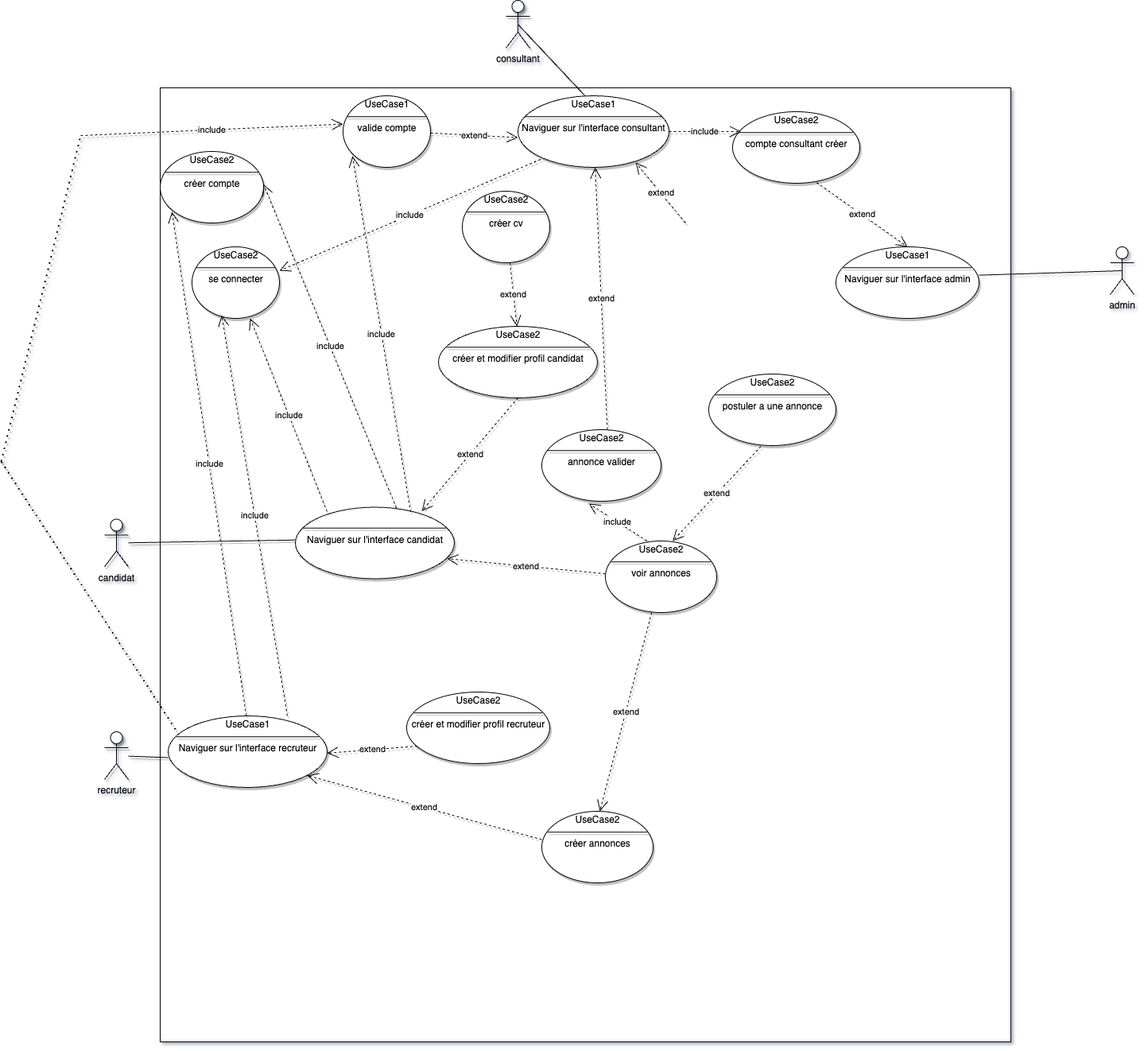
Above: Documentation/use Case.png in NOA-FASHION/Trtconseil (draw.io), before the change. Source tidied: cells renumbered, new cells last; positions are measured from the earlier drawing's top-left corner, leaving out a move shared by most shapes.
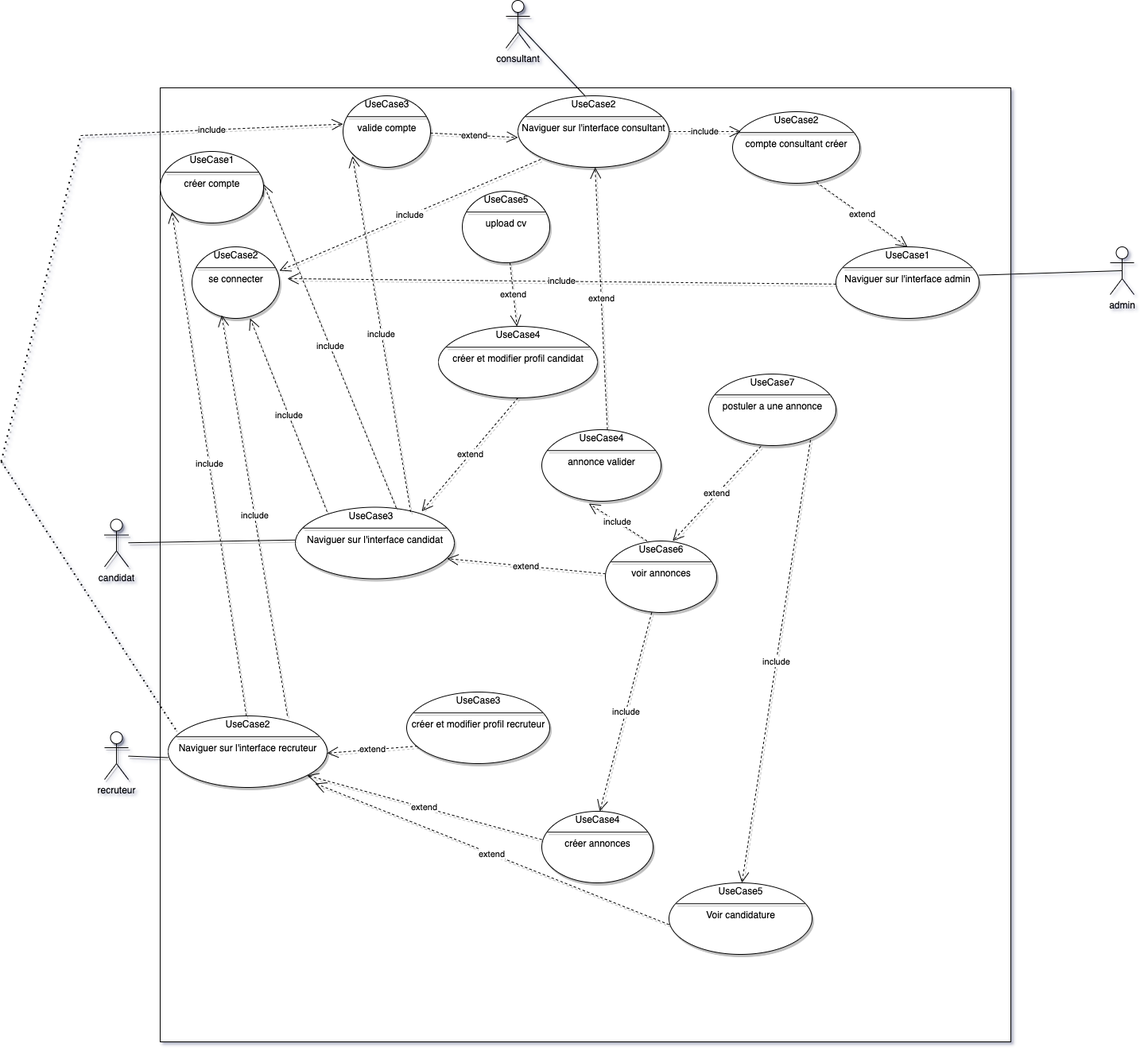
The same file after the commit.

Diff of the diagram source:
```diff
@@ -29,13 +29,16 @@
     <mxCell id="10" value="Naviguer sur l'interface candidat" style="text;html=1;align=center;verticalAlign=middle;shadow=1;" parent="8" vertex="1">
       <mxGeometry y="30" width="200" height="22.5" as="geometry" />
     </mxCell>
+    <mxCell id="92" value="UseCase3" style="html=1;strokeColor=none;fillColor=none;align=center;verticalAlign=middle;shadow=1;" parent="8" vertex="1">
+      <mxGeometry x="40" width="110" height="22.5" as="geometry" />
+    </mxCell>
     <mxCell id="11" value="include" style="endArrow=open;endSize=12;dashed=1;html=1;rounded=0;entryX=0.34;entryY=0.956;entryDx=0;entryDy=0;entryPerimeter=0;exitX=0.75;exitY=0;exitDx=0;exitDy=0;shadow=1;" parent="1" edge="1" source="29" target="4">
       <mxGeometry relative="1" as="geometry" />
     </mxCell>
     <mxCell id="12" style="shape=ellipse;horizontal=1;html=1;dashed=0;shadow=1;" parent="1" vertex="1">
       <mxGeometry x="550" y="410" width="200" height="90" as="geometry" />
     </mxCell>
-    <mxCell id="13" value="UseCase2" style="html=1;strokeColor=none;fillColor=none;align=center;verticalAlign=middle;shadow=1;" parent="12" vertex="1">
+    <mxCell id="13" value="UseCase4" style="html=1;strokeColor=none;fillColor=none;align=center;verticalAlign=middle;shadow=1;" parent="12" vertex="1">
       <mxGeometry width="200" height="22.5" as="geometry" />
     </mxCell>
     <mxCell id="14" style="line;strokeWidth=1;fillColor=none;labelPosition=right;dashed=0;shadow=1;" parent="12" vertex="1">
@@ -50,7 +53,7 @@
     <mxCell id="17" style="shape=ellipse;horizontal=1;html=1;dashed=0;shadow=1;" parent="1" vertex="1">
       <mxGeometry x="890" y="470" width="160" height="90" as="geometry" />
     </mxCell>
-    <mxCell id="18" value="UseCase2" style="html=1;strokeColor=none;fillColor=none;align=center;verticalAlign=middle;shadow=1;" parent="17" vertex="1">
+    <mxCell id="18" value="UseCase7" style="html=1;strokeColor=none;fillColor=none;align=center;verticalAlign=middle;shadow=1;" parent="17" vertex="1">
       <mxGeometry width="160" height="22.5" as="geometry" />
     </mxCell>
     <mxCell id="19" style="line;strokeWidth=1;fillColor=none;labelPosition=right;dashed=0;shadow=1;" parent="17" vertex="1">
@@ -65,7 +68,7 @@
     <mxCell id="22" style="shape=ellipse;horizontal=1;html=1;dashed=0;shadow=1;" parent="1" vertex="1">
       <mxGeometry x="760" y="680" width="140" height="90" as="geometry" />
     </mxCell>
-    <mxCell id="23" value="UseCase2" style="html=1;strokeColor=none;fillColor=none;align=center;verticalAlign=middle;shadow=1;" parent="22" vertex="1">
+    <mxCell id="23" value="UseCase6" style="html=1;strokeColor=none;fillColor=none;align=center;verticalAlign=middle;shadow=1;" parent="22" vertex="1">
       <mxGeometry width="140" height="22.5" as="geometry" />
     </mxCell>
     <mxCell id="24" style="line;strokeWidth=1;fillColor=none;labelPosition=right;dashed=0;shadow=1;" parent="22" vertex="1">
@@ -83,7 +86,7 @@
     <mxCell id="28" style="shape=ellipse;horizontal=1;html=1;dashed=0;shadow=1;" parent="1" vertex="1">
       <mxGeometry x="210" y="900" width="200" height="90" as="geometry" />
     </mxCell>
-    <mxCell id="29" value="UseCase1" style="html=1;strokeColor=none;fillColor=none;align=center;verticalAlign=middle;shadow=1;" parent="28" vertex="1">
+    <mxCell id="29" value="UseCase2" style="html=1;strokeColor=none;fillColor=none;align=center;verticalAlign=middle;shadow=1;" parent="28" vertex="1">
       <mxGeometry width="200" height="22.5" as="geometry" />
     </mxCell>
     <mxCell id="30" style="line;strokeWidth=1;fillColor=none;labelPosition=right;dashed=0;shadow=1;" parent="28" vertex="1">
@@ -109,13 +112,13 @@
     <mxCell id="36" style="shape=ellipse;horizontal=1;html=1;dashed=0;shadow=1;" parent="1" vertex="1">
       <mxGeometry x="580" y="240" width="110" height="90" as="geometry" />
     </mxCell>
-    <mxCell id="37" value="UseCase2" style="html=1;strokeColor=none;fillColor=none;align=center;verticalAlign=middle;shadow=1;" parent="36" vertex="1">
+    <mxCell id="37" value="UseCase5" style="html=1;strokeColor=none;fillColor=none;align=center;verticalAlign=middle;shadow=1;" parent="36" vertex="1">
       <mxGeometry width="110" height="22.5" as="geometry" />
     </mxCell>
     <mxCell id="38" style="line;strokeWidth=1;fillColor=none;labelPosition=right;dashed=0;shadow=1;" parent="36" vertex="1">
       <mxGeometry x="5.5" y="22.5" width="99" height="7.5" as="geometry" />
     </mxCell>
-    <mxCell id="39" value="créer cv" style="text;html=1;align=center;verticalAlign=middle;shadow=1;" parent="36" vertex="1">
+    <mxCell id="39" value="upload cv" style="text;html=1;align=center;verticalAlign=middle;shadow=1;" parent="36" vertex="1">
       <mxGeometry y="30" width="110" height="22.5" as="geometry" />
     </mxCell>
     <mxCell id="40" value="extend" style="endArrow=open;endSize=12;dashed=1;html=1;rounded=0;shadow=1;" parent="1" edge="1" source="36" target="13">
@@ -124,7 +127,7 @@
     <mxCell id="41" style="shape=ellipse;horizontal=1;html=1;dashed=0;shadow=1;" parent="1" vertex="1">
       <mxGeometry x="510" y="870" width="180" height="90" as="geometry" />
     </mxCell>
-    <mxCell id="42" value="UseCase2" style="html=1;strokeColor=none;fillColor=none;align=center;verticalAlign=middle;shadow=1;" parent="41" vertex="1">
+    <mxCell id="42" value="UseCase3" style="html=1;strokeColor=none;fillColor=none;align=center;verticalAlign=middle;shadow=1;" parent="41" vertex="1">
       <mxGeometry width="180" height="22.5" as="geometry" />
     </mxCell>
     <mxCell id="43" style="line;strokeWidth=1;fillColor=none;labelPosition=right;dashed=0;shadow=1;" parent="41" vertex="1">
@@ -139,7 +142,7 @@
     <mxCell id="46" style="shape=ellipse;horizontal=1;html=1;dashed=0;shadow=1;" parent="1" vertex="1">
       <mxGeometry x="680" y="1020" width="140" height="90" as="geometry" />
     </mxCell>
-    <mxCell id="47" value="UseCase2" style="html=1;strokeColor=none;fillColor=none;align=center;verticalAlign=middle;shadow=1;" parent="46" vertex="1">
+    <mxCell id="47" value="UseCase4" style="html=1;strokeColor=none;fillColor=none;align=center;verticalAlign=middle;shadow=1;" parent="46" vertex="1">
       <mxGeometry width="140" height="22.5" as="geometry" />
     </mxCell>
     <mxCell id="48" style="line;strokeWidth=1;fillColor=none;labelPosition=right;dashed=0;shadow=1;" parent="46" vertex="1">
@@ -151,13 +154,13 @@
     <mxCell id="50" value="extend" style="endArrow=open;endSize=12;dashed=1;html=1;rounded=0;entryX=0.875;entryY=0.833;entryDx=0;entryDy=0;entryPerimeter=0;exitX=0;exitY=0.25;exitDx=0;exitDy=0;shadow=1;" parent="1" edge="1" source="49" target="28">
       <mxGeometry relative="1" as="geometry" />
     </mxCell>
-    <mxCell id="51" value="extend" style="endArrow=open;endSize=12;dashed=1;html=1;rounded=0;shadow=1;" parent="1" edge="1" source="22" target="47">
+    <mxCell id="51" value="include" style="endArrow=open;endSize=12;dashed=1;html=1;rounded=0;shadow=1;" parent="1" edge="1" source="22" target="47">
       <mxGeometry relative="1" as="geometry" />
     </mxCell>
     <mxCell id="52" style="shape=ellipse;horizontal=1;html=1;dashed=0;shadow=1;" parent="1" vertex="1">
       <mxGeometry x="200" y="190" width="130" height="90" as="geometry" />
     </mxCell>
-    <mxCell id="53" value="UseCase2" style="html=1;strokeColor=none;fillColor=none;align=center;verticalAlign=middle;shadow=1;" parent="52" vertex="1">
+    <mxCell id="53" value="UseCase1" style="html=1;strokeColor=none;fillColor=none;align=center;verticalAlign=middle;shadow=1;" parent="52" vertex="1">
       <mxGeometry width="130" height="22.5" as="geometry" />
     </mxCell>
     <mxCell id="54" style="line;strokeWidth=1;fillColor=none;labelPosition=right;dashed=0;shadow=1;" parent="52" vertex="1">
@@ -175,7 +178,7 @@
     <mxCell id="58" style="shape=ellipse;horizontal=1;html=1;dashed=0;shadow=1;" parent="1" vertex="1">
       <mxGeometry x="650" y="120" width="190" height="90" as="geometry" />
     </mxCell>
-    <mxCell id="59" value="UseCase1" style="html=1;strokeColor=none;fillColor=none;align=center;verticalAlign=middle;shadow=1;" parent="58" vertex="1">
+    <mxCell id="59" value="UseCase2" style="html=1;strokeColor=none;fillColor=none;align=center;verticalAlign=middle;shadow=1;" parent="58" vertex="1">
       <mxGeometry width="190" height="22.5" as="geometry" />
     </mxCell>
     <mxCell id="60" style="line;strokeWidth=1;fillColor=none;labelPosition=right;dashed=0;shadow=1;" parent="58" vertex="1">
@@ -187,7 +190,7 @@
     <mxCell id="62" style="shape=ellipse;horizontal=1;html=1;dashed=0;shadow=1;" parent="1" vertex="1">
       <mxGeometry x="430" y="120" width="110" height="90" as="geometry" />
     </mxCell>
-    <mxCell id="63" value="UseCase1" style="html=1;strokeColor=none;fillColor=none;align=center;verticalAlign=middle;shadow=1;" parent="62" vertex="1">
+    <mxCell id="63" value="UseCase3" style="html=1;strokeColor=none;fillColor=none;align=center;verticalAlign=middle;shadow=1;" parent="62" vertex="1">
       <mxGeometry width="110" height="22.5" as="geometry" />
     </mxCell>
     <mxCell id="64" style="line;strokeWidth=1;fillColor=none;labelPosition=right;dashed=0;shadow=1;" parent="62" vertex="1">
@@ -202,11 +205,6 @@
     <mxCell id="67" value="extend" style="endArrow=open;endSize=12;dashed=1;html=1;rounded=0;entryX=0;entryY=1;entryDx=0;entryDy=0;exitX=1;exitY=0.75;exitDx=0;exitDy=0;shadow=1;" parent="1" edge="1" source="65" target="61">
       <mxGeometry relative="1" as="geometry" />
     </mxCell>
-    <mxCell id="68" value="extend" style="endArrow=open;endSize=12;dashed=1;html=1;rounded=0;entryX=0.78;entryY=0.933;entryDx=0;entryDy=0;entryPerimeter=0;shadow=1;" parent="1" edge="1" target="58">
-      <mxGeometry relative="1" as="geometry">
-        <mxPoint x="860.7" y="280" as="sourcePoint" />
-      </mxGeometry>
-    </mxCell>
     <mxCell id="69" style="endArrow=none;dashed=1;html=1;dashPattern=1 3;strokeWidth=2;rounded=0;entryX=0.06;entryY=0.933;entryDx=0;entryDy=0;entryPerimeter=0;shadow=1;" parent="1" edge="1" target="29">
       <mxGeometry relative="1" as="geometry">
         <mxPoint y="580" as="sourcePoint" />
@@ -263,7 +261,7 @@
     <mxCell id="85" style="shape=ellipse;horizontal=1;html=1;dashed=0;shadow=1;" parent="1" vertex="1">
       <mxGeometry x="680" y="540" width="150" height="90" as="geometry" />
     </mxCell>
-    <mxCell id="86" value="UseCase2" style="html=1;strokeColor=none;fillColor=none;align=center;verticalAlign=middle;shadow=1;" parent="85" vertex="1">
+    <mxCell id="86" value="UseCase4" style="html=1;strokeColor=none;fillColor=none;align=center;verticalAlign=middle;shadow=1;" parent="85" vertex="1">
       <mxGeometry width="150" height="22.5" as="geometry" />
     </mxCell>
     <mxCell id="87" style="line;strokeWidth=1;fillColor=none;labelPosition=right;dashed=0;shadow=1;" parent="85" vertex="1">
@@ -283,5 +281,30 @@
     <mxCell id="91" value="include" style="endArrow=open;endSize=12;dashed=1;html=1;rounded=0;exitX=0.635;exitY=0.011;exitDx=0;exitDy=0;exitPerimeter=0;entryX=1;entryY=0.5;entryDx=0;entryDy=0;shadow=1;" parent="1" edge="1" source="8" target="55">
       <mxGeometry relative="1" as="geometry" />
     </mxCell>
+    <mxCell id="93" value="include" style="endArrow=open;endSize=12;dashed=1;html=1;rounded=0;entryX=1;entryY=0;entryDx=0;entryDy=0;exitX=0;exitY=0.75;exitDx=0;exitDy=0;shadow=1;" parent="1" edge="1" source="80">
+      <mxGeometry relative="1" as="geometry">
+        <mxPoint x="360" y="350" as="targetPoint" />
+      </mxGeometry>
+    </mxCell>
+    <mxCell id="94" style="shape=ellipse;horizontal=1;html=1;dashed=0;shadow=1;" parent="1" vertex="1">
+      <mxGeometry x="840" y="1110" width="180" height="90" as="geometry" />
+    </mxCell>
+    <mxCell id="95" value="UseCase5" style="html=1;strokeColor=none;fillColor=none;align=center;verticalAlign=middle;shadow=1;" parent="94" vertex="1">
+      <mxGeometry width="180" height="22.5" as="geometry" />
+    </mxCell>
+    <mxCell id="96" style="line;strokeWidth=1;fillColor=none;labelPosition=right;dashed=0;shadow=1;" parent="94" vertex="1">
+      <mxGeometry x="9" y="22.5" width="162" height="7.5" as="geometry" />
+    </mxCell>
+    <mxCell id="97" value="Voir candidature" style="text;html=1;align=center;verticalAlign=middle;shadow=1;" parent="94" vertex="1">
+      <mxGeometry y="30" width="180" height="22.5" as="geometry" />
+    </mxCell>
+    <mxCell id="68" value="extend" style="endArrow=open;endSize=12;dashed=1;html=1;rounded=0;entryX=0.875;entryY=0.833;entryDx=0;entryDy=0;entryPerimeter=0;exitX=0;exitY=1;exitDx=0;exitDy=0;shadow=1;" parent="1" edge="1" source="97">
+      <mxGeometry relative="1" as="geometry">
+        <mxPoint x="395" y="985" as="targetPoint" />
+      </mxGeometry>
+    </mxCell>
+    <mxCell id="98" value="include" style="endArrow=open;endSize=12;dashed=1;html=1;rounded=0;shadow=1;exitX=0.8;exitY=0.922;exitDx=0;exitDy=0;exitPerimeter=0;" parent="1" edge="1" source="17" target="95">
+      <mxGeometry relative="1" as="geometry" />
+    </mxCell>
   </root>
 </mxGraphModel>
```
